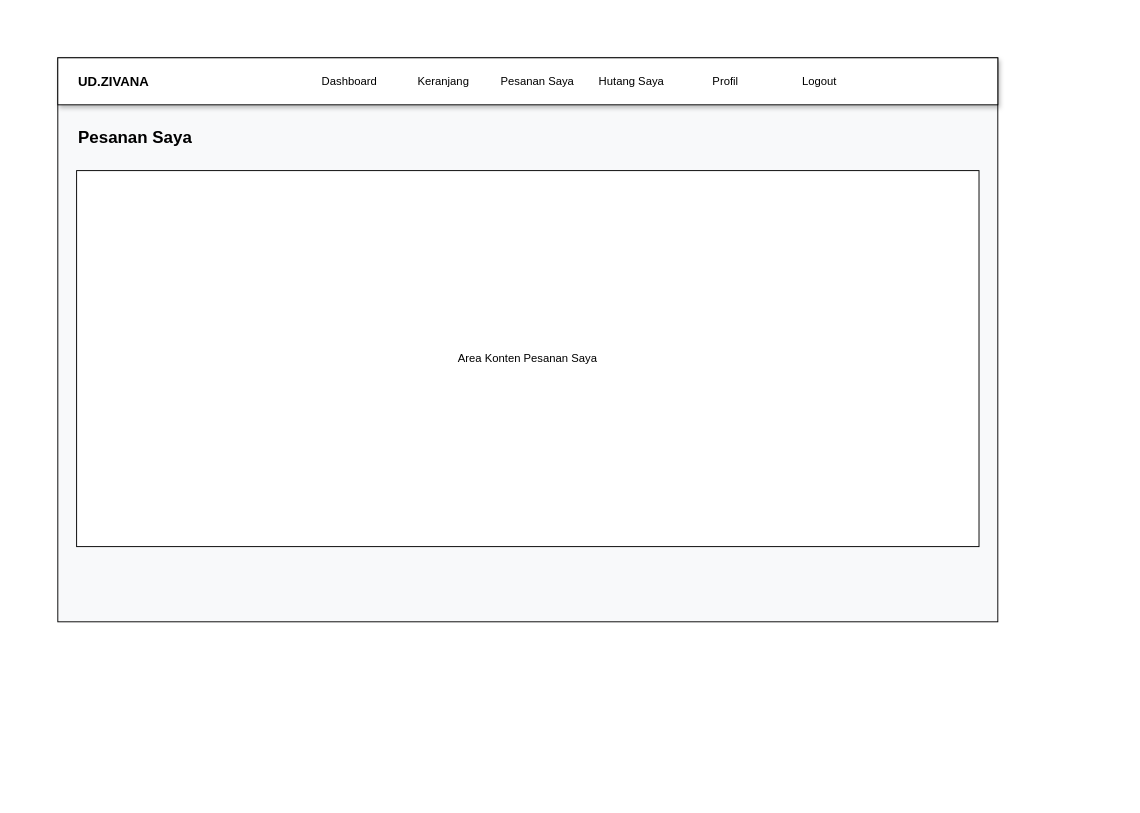
Above: diagram/desain/customer/pesanan_saya.drawio in RajaSunrise/ud_zivana (draw.io), before the change. Source tidied: cells renumbered, new cells numbered last; positions are measured from the earlier drawing's top-left corner, leaving out a move shared by most shapes. Both pictures are drawn from the tidied source at 94%, with x=0, y=0 at pixel (57, 57).
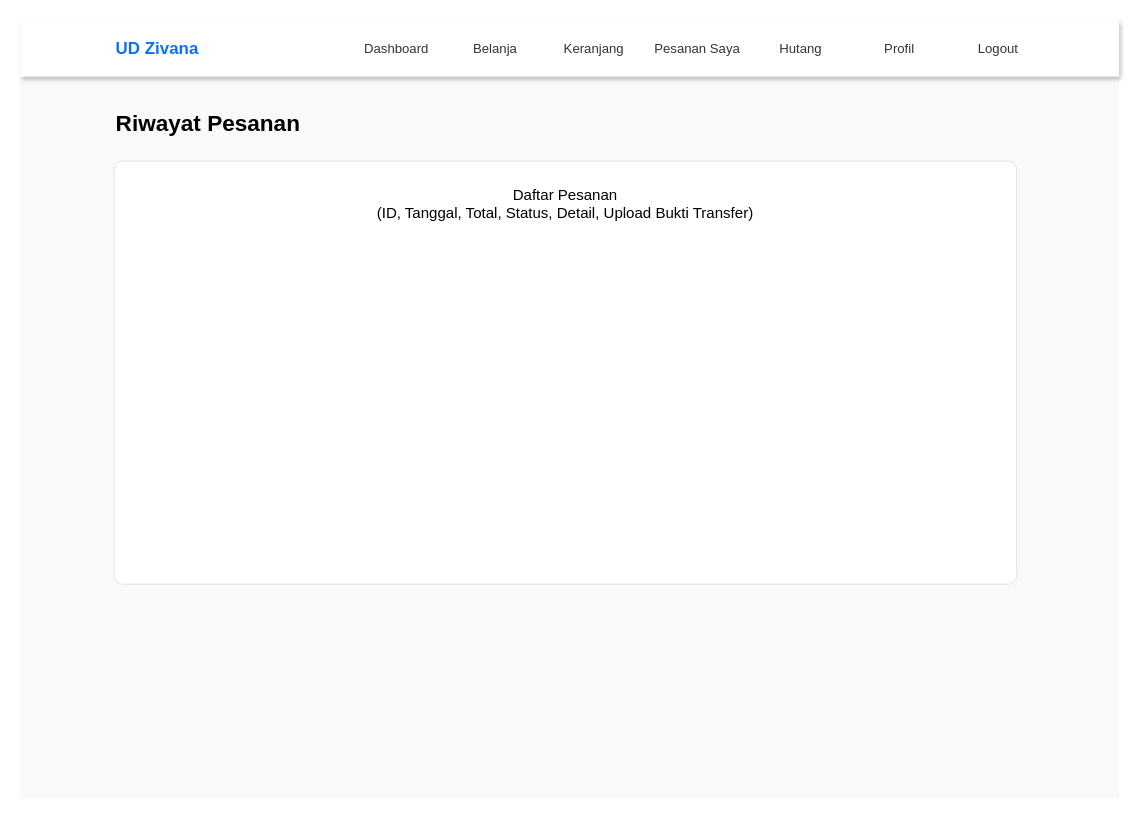
After the change.

The edit, as a diff of the source:
```diff
@@
 <mxGraphModel>
   <root>
     <mxCell id="0" />
     <mxCell id="1" parent="0" />
-    <mxCell id="2" style="rounded=0;whiteSpace=wrap;html=1;fillColor=#f8f9fa;" parent="1" vertex="1">
-      <mxGeometry width="1000" height="600" as="geometry" />
+    <mxCell id="2" style="rounded=0;whiteSpace=wrap;html=1;fillColor=#f8f9fa;strokeColor=none;" parent="1" vertex="1">
+      <mxGeometry x="-40" y="-40" width="1169" height="827" as="geometry" />
     </mxCell>
-    <mxCell id="3" style="rounded=0;whiteSpace=wrap;html=1;fillColor=#ffffff;shadow=1;" parent="1" vertex="1">
-      <mxGeometry width="1000" height="50" as="geometry" />
-    </mxCell>
+    <mxCell id="13" style="rounded=0;whiteSpace=wrap;html=1;fillColor=#ffffff;shadow=1;strokeColor=none;" parent="1" vertex="1">
+      <mxGeometry x="-40" y="-40" width="1169" height="60" as="geometry" />
+    </mxCell>
-    <mxCell id="4" value="UD.ZIVANA" style="text;html=1;strokeColor=none;fillColor=none;align=left;verticalAlign=middle;fontStyle=1;fontSize=14;" parent="1" vertex="1">
-      <mxGeometry x="20" width="200" height="50" as="geometry" />
+    <mxCell id="4" value="UD Zivana" style="text;html=1;strokeColor=none;fillColor=none;align=left;verticalAlign=middle;fontStyle=1;fontSize=18;fontColor=#0d6efd;" parent="1" vertex="1">
+      <mxGeometry x="60" y="-30" width="200" height="40" as="geometry" />
     </mxCell>
-    <mxCell id="5" value="Dashboard" style="text;html=1;strokeColor=none;fillColor=none;align=center;verticalAlign=middle;" parent="1" vertex="1">
-      <mxGeometry x="260" width="100" height="50" as="geometry" />
+    <mxCell id="5" value="Dashboard" style="text;html=1;strokeColor=none;fillColor=none;align=center;verticalAlign=middle;fontSize=14;fontColor=#333333;" parent="1" vertex="1">
+      <mxGeometry x="310" y="-30" width="100" height="40" as="geometry" />
     </mxCell>
-    <mxCell id="6" value="Keranjang" style="text;html=1;strokeColor=none;fillColor=none;align=center;verticalAlign=middle;" parent="1" vertex="1">
-      <mxGeometry x="360" width="100" height="50" as="geometry" />
+    <mxCell id="6" value="Belanja" style="text;html=1;strokeColor=none;fillColor=none;align=center;verticalAlign=middle;fontSize=14;fontColor=#333333;" parent="1" vertex="1">
+      <mxGeometry x="415" y="-30" width="100" height="40" as="geometry" />
     </mxCell>
-    <mxCell id="7" value="Pesanan Saya" style="text;html=1;strokeColor=none;fillColor=none;align=center;verticalAlign=middle;" parent="1" vertex="1">
-      <mxGeometry x="460" width="100" height="50" as="geometry" />
+    <mxCell id="7" value="Keranjang" style="text;html=1;strokeColor=none;fillColor=none;align=center;verticalAlign=middle;fontSize=14;fontColor=#333333;" parent="1" vertex="1">
+      <mxGeometry x="520" y="-30" width="100" height="40" as="geometry" />
     </mxCell>
-    <mxCell id="8" value="Hutang Saya" style="text;html=1;strokeColor=none;fillColor=none;align=center;verticalAlign=middle;" parent="1" vertex="1">
-      <mxGeometry x="560" width="100" height="50" as="geometry" />
+    <mxCell id="8" value="Pesanan Saya" style="text;html=1;strokeColor=none;fillColor=none;align=center;verticalAlign=middle;fontSize=14;fontColor=#333333;" parent="1" vertex="1">
+      <mxGeometry x="625" y="-30" width="110" height="40" as="geometry" />
     </mxCell>
-    <mxCell id="9" value="Profil" style="text;html=1;strokeColor=none;fillColor=none;align=center;verticalAlign=middle;" parent="1" vertex="1">
-      <mxGeometry x="660" width="100" height="50" as="geometry" />
+    <mxCell id="9" value="Hutang" style="text;html=1;strokeColor=none;fillColor=none;align=center;verticalAlign=middle;fontSize=14;fontColor=#333333;" parent="1" vertex="1">
+      <mxGeometry x="740" y="-30" width="100" height="40" as="geometry" />
     </mxCell>
-    <mxCell id="10" value="Logout" style="text;html=1;strokeColor=none;fillColor=none;align=center;verticalAlign=middle;" parent="1" vertex="1">
-      <mxGeometry x="760" width="100" height="50" as="geometry" />
+    <mxCell id="10" value="Profil" style="text;html=1;strokeColor=none;fillColor=none;align=center;verticalAlign=middle;fontSize=14;fontColor=#333333;" parent="1" vertex="1">
+      <mxGeometry x="845" y="-30" width="100" height="40" as="geometry" />
     </mxCell>
+    <mxCell id="14" value="Logout" style="text;html=1;strokeColor=none;fillColor=none;align=center;verticalAlign=middle;fontSize=14;fontColor=#333333;" parent="1" vertex="1">
+      <mxGeometry x="950" y="-30" width="100" height="40" as="geometry" />
+    </mxCell>
-    <mxCell id="11" value="Pesanan Saya" style="text;html=1;strokeColor=none;fillColor=none;align=left;verticalAlign=middle;fontSize=18;fontStyle=1;" parent="1" vertex="1">
-      <mxGeometry x="20" y="70" width="300" height="30" as="geometry" />
+    <mxCell id="11" value="Riwayat Pesanan" style="text;html=1;strokeColor=none;fillColor=none;align=left;verticalAlign=middle;fontSize=24;fontStyle=1;" parent="1" vertex="1">
+      <mxGeometry x="60" y="50" width="300" height="40" as="geometry" />
     </mxCell>
-    <mxCell id="12" value="Area Konten Pesanan Saya" style="rounded=0;whiteSpace=wrap;html=1;align=center;verticalAlign=middle;" parent="1" vertex="1">
-      <mxGeometry x="20" y="120" width="960" height="400" as="geometry" />
-    </mxCell>
+    <mxCell id="15" value="Daftar Pesanan&#10;(ID, Tanggal, Total, Status, Detail, Upload Bukti Transfer)" style="rounded=1;arcSize=2;whiteSpace=wrap;html=1;fillColor=#ffffff;strokeColor=#dee2e6;align=center;verticalAlign=top;spacingTop=20;fontSize=16;" parent="1" vertex="1">
+      <mxGeometry x="60" y="110" width="960" height="450" as="geometry" />
+    </mxCell>
   </root>
 </mxGraphModel>
```
